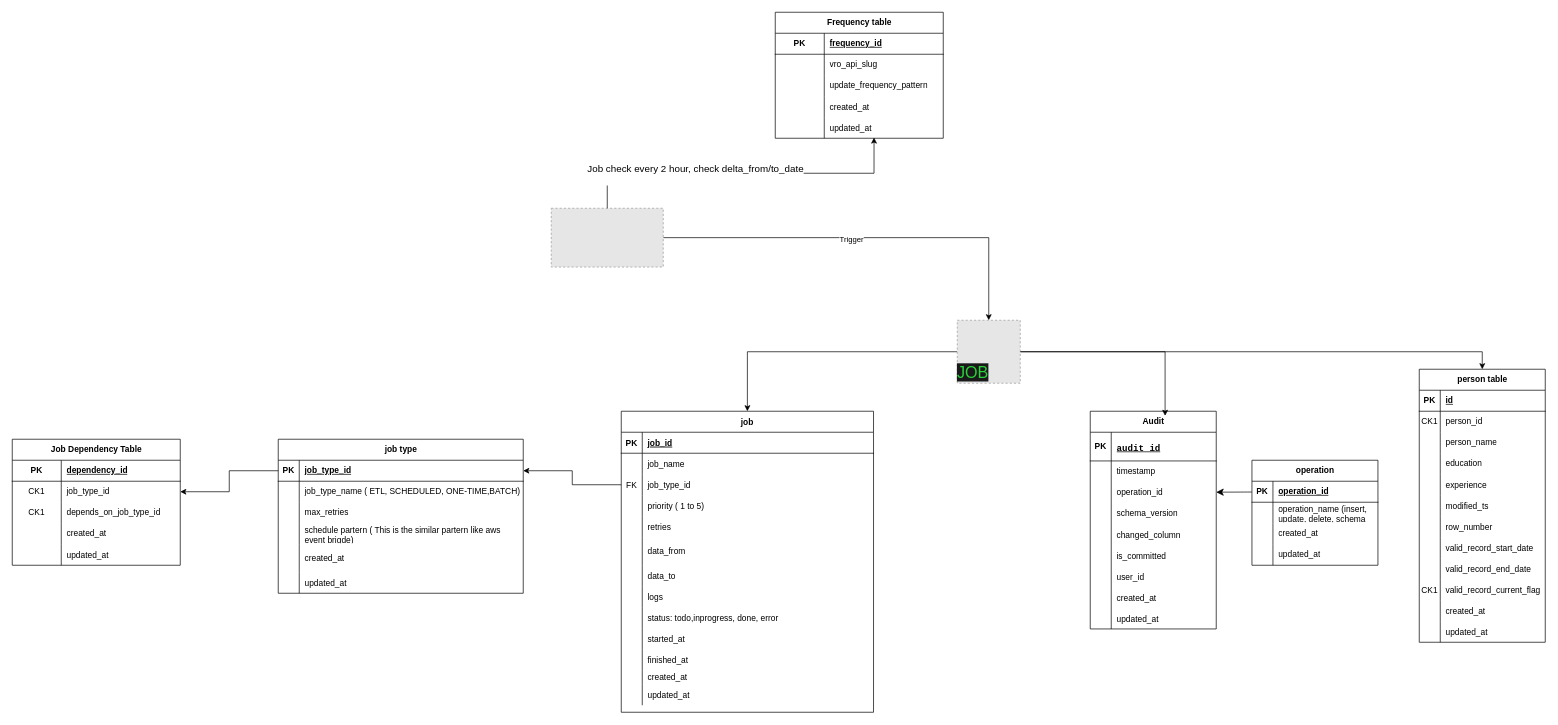
jorawarsinghcapgemini/drawio keeps this draw.io diagram as vro db diagram.drawio. Above is the earlier version. Source tidied: cells renumbered, new cells numbered last; positions are measured from the earlier drawing's top-left corner, leaving out a move shared by most shapes. Both pictures are drawn from the tidied source at 70%, with x=0, y=0 at pixel (12, 12). Pictures stored in the file or linked from it are replaced by grey dashed boxes.
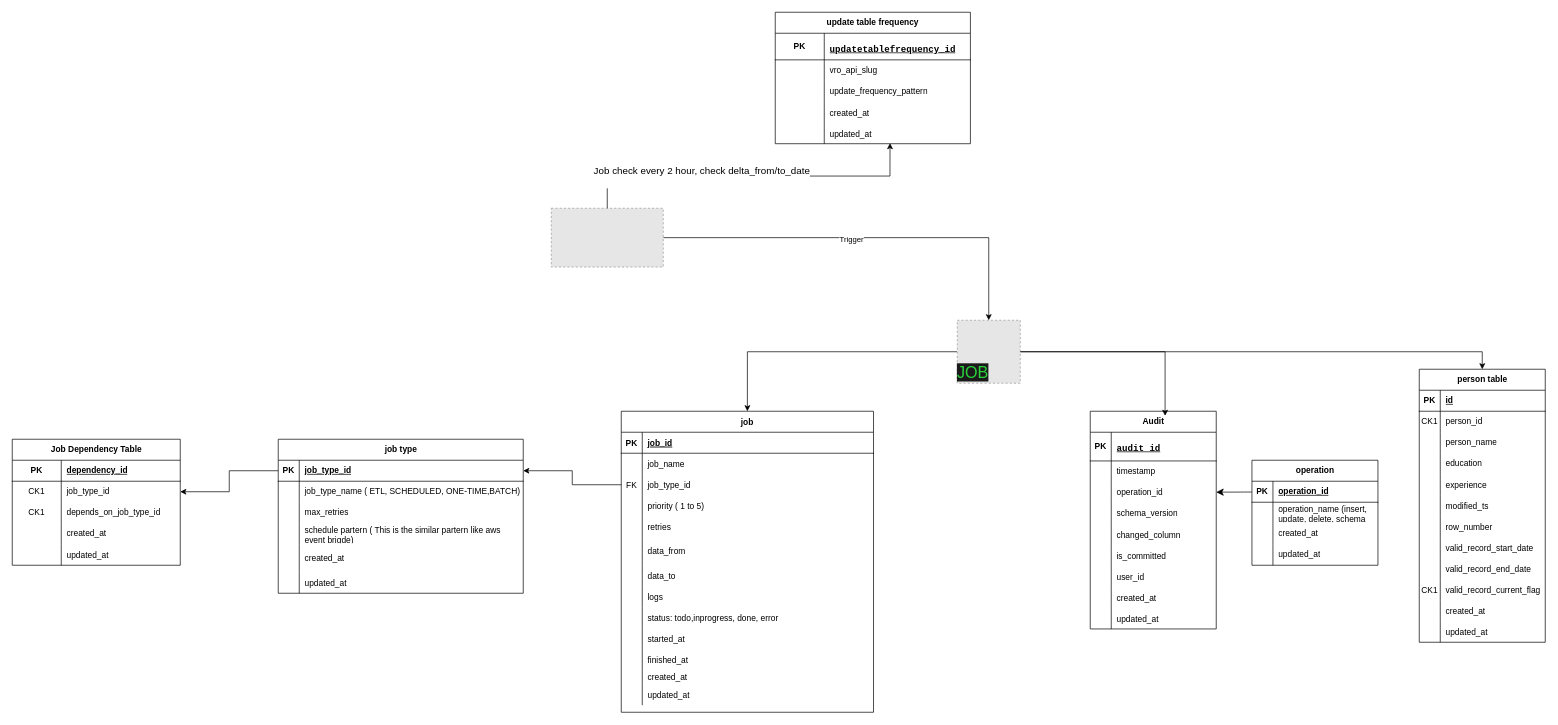
Above is the later version.

Commit message:
rename frequency table  to updatetable frequency from

What changed in the source:
```diff
@@
-    <mxCell id="114" value="&lt;div&gt;&lt;span style=&quot;background-color: initial;&quot;&gt;Frequency table&lt;/span&gt;&lt;br&gt;&lt;/div&gt;" style="shape=table;startSize=30;childLayout=tableLayout;rowLines=0;fontStyle=1;align=center;html=1;" parent="1" vertex="1">
-      <mxGeometry x="1090" width="240" height="180" as="geometry" />
+    <mxCell id="114" value="&lt;div&gt;&lt;span style=&quot;background-color: initial;&quot;&gt;update table frequency&lt;/span&gt;&lt;br&gt;&lt;/div&gt;" style="shape=table;startSize=30;childLayout=tableLayout;rowLines=0;fontStyle=1;align=center;html=1;" parent="1" vertex="1">
+      <mxGeometry x="1090" width="278.8" height="187.8" as="geometry" />
     </mxCell>
     <mxCell id="115" style="shape=tableRow;horizontal=0;startSize=0;swimlaneHead=0;swimlaneBody=0;fillColor=none;top=0;left=0;right=0;bottom=1;" parent="114" vertex="1">
-      <mxGeometry y="30" width="240" height="30" as="geometry" />
+      <mxGeometry y="30" width="278.8" height="38" as="geometry" />
     </mxCell>
     <mxCell id="116" value="PK" style="shape=partialRectangle;fillColor=none;top=0;left=0;bottom=0;right=0;fontStyle=1;overflow=hidden;whiteSpace=wrap;html=1;" parent="115" vertex="1">
-      <mxGeometry width="70" height="30" as="geometry" />
+      <mxGeometry width="70" height="38" as="geometry" />
     </mxCell>
-    <mxCell id="117" value="frequency_id" style="shape=partialRectangle;fillColor=none;top=0;left=0;bottom=0;right=0;align=left;spacingLeft=6;fontStyle=5;overflow=hidden;whiteSpace=wrap;html=1;" parent="115" vertex="1">
-      <mxGeometry x="70" width="170" height="30" as="geometry" />
+    <mxCell id="117" value="&lt;div style=&quot;background-color: rgb(255, 255, 255);&quot;&gt;&lt;pre style=&quot;font-family:'JetBrains Mono',monospace;font-size:9.8pt;&quot;&gt;updatetablefrequency_id&lt;/pre&gt;&lt;/div&gt;" style="shape=partialRectangle;fillColor=none;top=0;left=0;bottom=0;right=0;align=left;spacingLeft=6;fontStyle=5;overflow=hidden;whiteSpace=wrap;html=1;" parent="115" vertex="1">
+      <mxGeometry x="70" width="208.8" height="38" as="geometry" />
     </mxCell>
     <mxCell id="118" style="shape=tableRow;horizontal=0;startSize=0;swimlaneHead=0;swimlaneBody=0;fillColor=none;top=0;left=0;right=0;bottom=0;" parent="114" vertex="1">
-      <mxGeometry y="60" width="240" height="30" as="geometry" />
+      <mxGeometry y="68" width="278.8" height="30" as="geometry" />
     </mxCell>
@@
     <mxCell id="120" value="vro_api_slug" style="shape=partialRectangle;fillColor=none;top=0;left=0;bottom=0;right=0;align=left;spacingLeft=6;overflow=hidden;whiteSpace=wrap;html=1;" parent="118" vertex="1">
-      <mxGeometry x="70" width="170" height="30" as="geometry" />
+      <mxGeometry x="70" width="208.8" height="30" as="geometry" />
     </mxCell>
     <mxCell id="121" style="shape=tableRow;horizontal=0;startSize=0;swimlaneHead=0;swimlaneBody=0;fillColor=none;top=0;left=0;right=0;bottom=0;" parent="114" vertex="1">
-      <mxGeometry y="90" width="240" height="30" as="geometry" />
+      <mxGeometry y="98" width="278.8" height="30" as="geometry" />
     </mxCell>
@@
     <mxCell id="123" value="update_frequency_pattern" style="shape=partialRectangle;fillColor=none;top=0;left=0;bottom=0;right=0;align=left;spacingLeft=6;overflow=hidden;whiteSpace=wrap;html=1;" parent="121" vertex="1">
-      <mxGeometry x="70" width="170" height="30" as="geometry" />
+      <mxGeometry x="70" width="208.8" height="30" as="geometry" />
     </mxCell>
     <mxCell id="124" style="shape=tableRow;horizontal=0;startSize=0;swimlaneHead=0;swimlaneBody=0;fillColor=none;top=0;left=0;right=0;bottom=0;" parent="114" vertex="1">
-      <mxGeometry y="120" width="240" height="30" as="geometry" />
+      <mxGeometry y="128" width="278.8" height="30" as="geometry" />
     </mxCell>
@@
     <mxCell id="126" value="created_at" style="shape=partialRectangle;fillColor=none;top=0;left=0;bottom=0;right=0;align=left;spacingLeft=6;overflow=hidden;" parent="124" vertex="1">
-      <mxGeometry x="70" width="170" height="30" as="geometry" />
+      <mxGeometry x="70" width="208.8" height="30" as="geometry" />
     </mxCell>
     <mxCell id="127" style="shape=tableRow;horizontal=0;startSize=0;swimlaneHead=0;swimlaneBody=0;fillColor=none;points=[[0,0.5],[1,0.5]];portConstraint=eastwest;top=0;left=0;right=0;bottom=0;" parent="114" vertex="1">
-      <mxGeometry y="150" width="240" height="30" as="geometry" />
+      <mxGeometry y="158" width="278.8" height="30" as="geometry" />
     </mxCell>
@@
     <mxCell id="129" value="updated_at" style="shape=partialRectangle;fillColor=none;top=0;left=0;bottom=0;right=0;align=left;spacingLeft=6;overflow=hidden;" parent="127" vertex="1">
-      <mxGeometry x="70" width="170" height="30" as="geometry" />
+      <mxGeometry x="70" width="208.8" height="30" as="geometry" />
     </mxCell>
```
